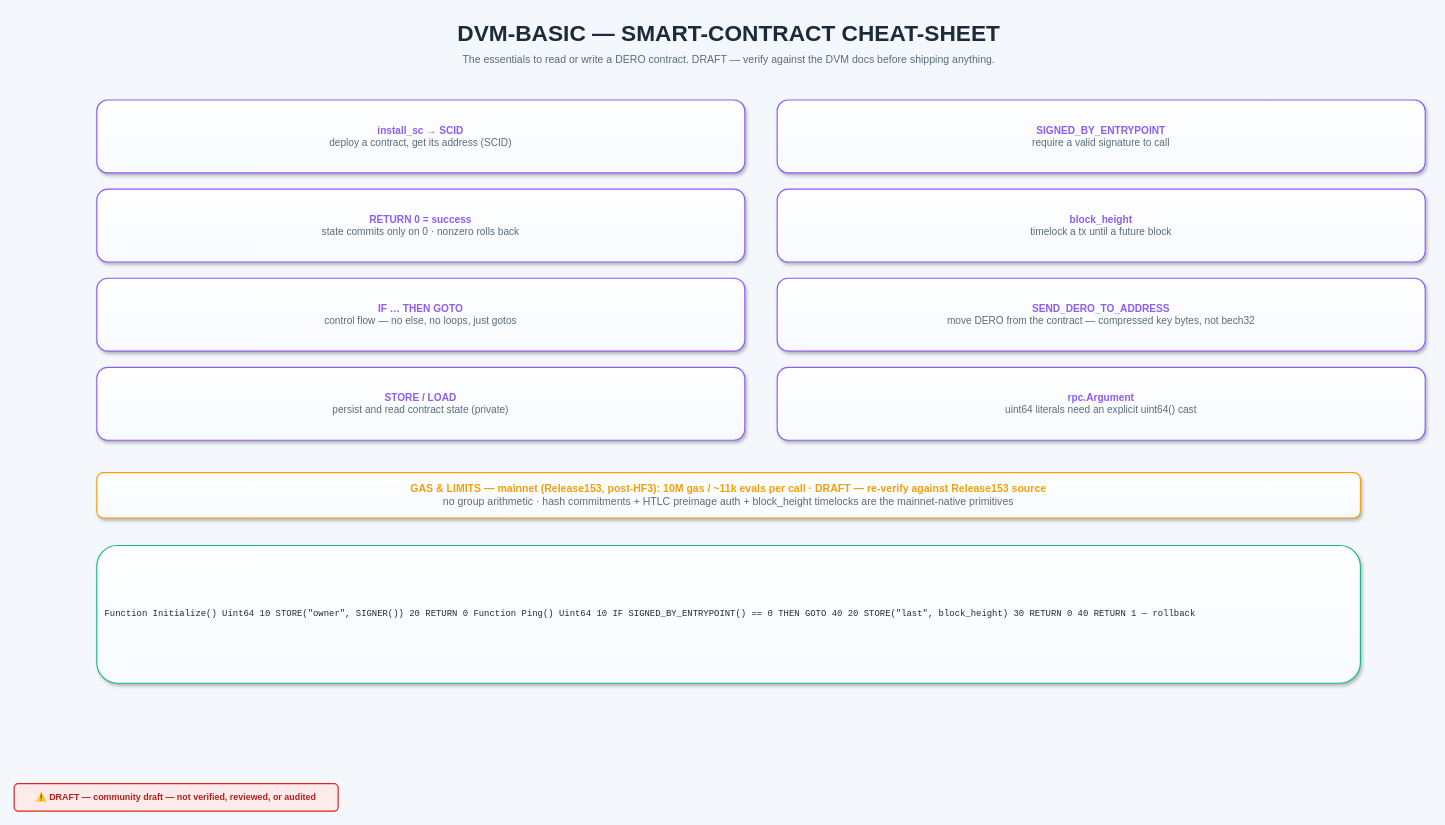
The draw.io diagram page "DVM-BASIC Cheat-Sheet" (3 of 4) of DERO.DEVOPS.drawio in liqdmetal/DERO.STARGATE.DIAGRAMS, before the edit. Source tidied: cells renumbered, new cells numbered last; positions are measured from the earlier drawing's top-left corner, leaving out a move shared by most shapes. Both pictures are drawn from the tidied source at 81%, with x=0, y=0 at pixel (14, 14).
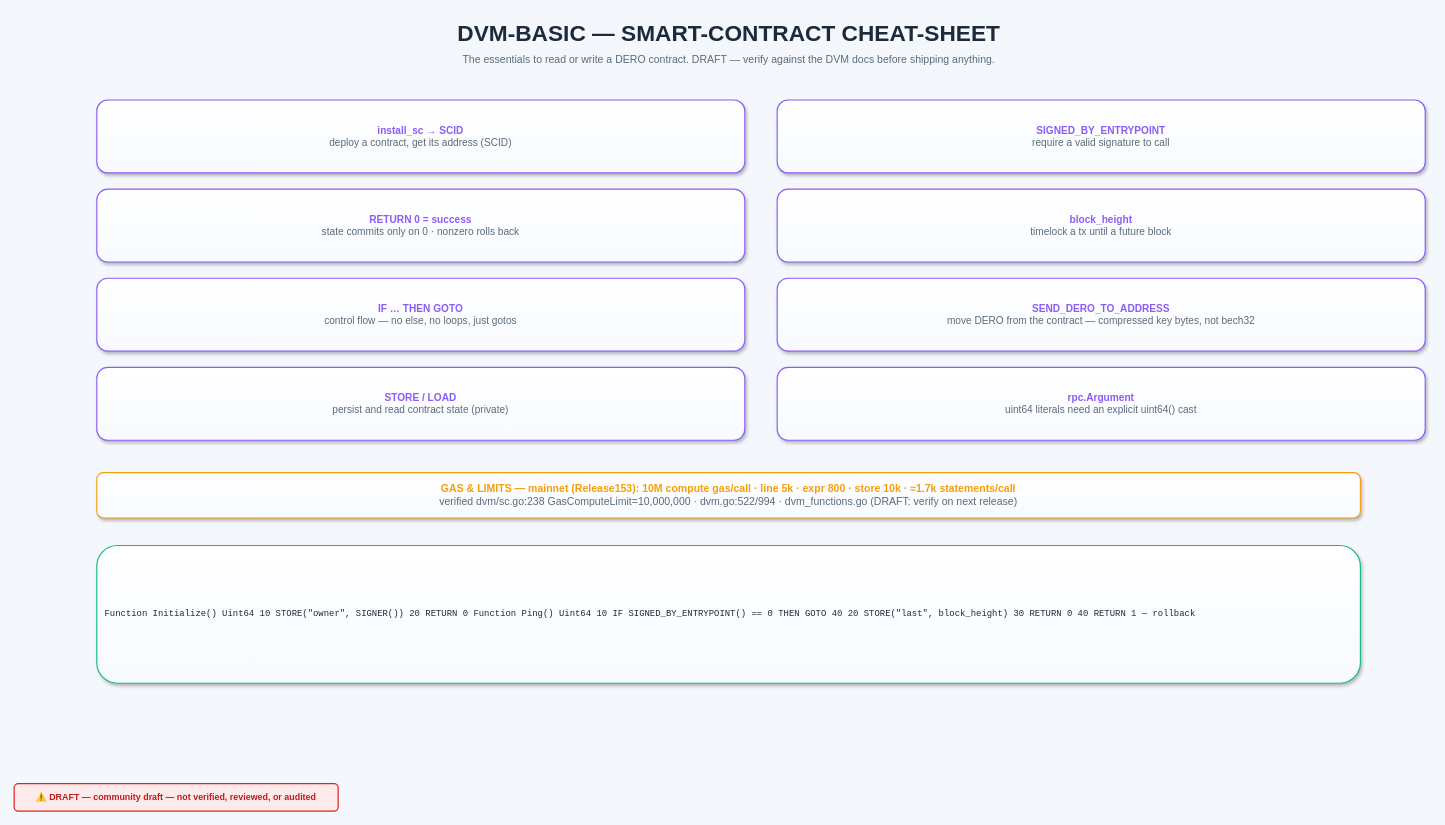
Above is the later version.

Commit message (it also covers changes not shown here):
docs: re-ground DVM gas line in Release153 source

Diff of the diagram source:
```diff
@@
 <mxGraphModel background="#F4F7FC">
   <root>
     <mxCell id="0" />
     <mxCell id="1" parent="0" />
     <mxCell id="2" value="⚠️ DRAFT — community draft — not verified, reviewed, or audited" style="rounded=1;whiteSpace=wrap;html=1;fillColor=#FDEBEC;strokeColor=#DC2626;strokeWidth=1.5;fontSize=11;fontStyle=1;fontColor=#B91C1C;align=center;verticalAlign=middle;" parent="1" vertex="1">
       <mxGeometry y="950" width="400" height="34" as="geometry" />
     </mxCell>
     <mxCell id="3" value="DVM-BASIC — SMART-CONTRACT CHEAT-SHEET" style="text;html=1;align=center;fontSize=28;fontStyle=1;fontColor=#1C2A3A;" parent="1" vertex="1">
       <mxGeometry x="22" width="1720" height="42" as="geometry" />
     </mxCell>
     <mxCell id="4" value="The essentials to read or write a DERO contract.  DRAFT — verify against the DVM docs before shipping anything." style="text;html=1;align=center;fontSize=13;fontColor=#5A6B7A;" parent="1" vertex="1">
       <mxGeometry x="22" y="42" width="1720" height="22" as="geometry" />
     </mxCell>
     <mxCell id="5" value="&lt;font color=&quot;#8B5CF6&quot;&gt;&lt;b&gt;install_sc → SCID&lt;/b&gt;&lt;/font&gt;&lt;br&gt;&lt;font color=&quot;#5A6B7A&quot;&gt;deploy a contract, get its address (SCID)&lt;/font&gt;" style="rounded=1;whiteSpace=wrap;html=1;fillColor=#FFFFFF;gradientColor=#F7FAFF;gradientDirection=south;strokeColor=#8B5CF6;strokeWidth=1.4;fontSize=12.5;fontColor=#1C2A3A;align=center;verticalAlign=middle;spacing=8;shadow=1;" parent="1" vertex="1">
       <mxGeometry x="102" y="106" width="800" height="90" as="geometry" />
     </mxCell>
     <mxCell id="6" value="&lt;font color=&quot;#8B5CF6&quot;&gt;&lt;b&gt;RETURN 0 = success&lt;/b&gt;&lt;/font&gt;&lt;br&gt;&lt;font color=&quot;#5A6B7A&quot;&gt;state commits only on 0 · nonzero rolls back&lt;/font&gt;" style="rounded=1;whiteSpace=wrap;html=1;fillColor=#FFFFFF;gradientColor=#F7FAFF;gradientDirection=south;strokeColor=#8B5CF6;strokeWidth=1.4;fontSize=12.5;fontColor=#1C2A3A;align=center;verticalAlign=middle;spacing=8;shadow=1;" parent="1" vertex="1">
       <mxGeometry x="102" y="216" width="800" height="90" as="geometry" />
     </mxCell>
     <mxCell id="7" value="&lt;font color=&quot;#8B5CF6&quot;&gt;&lt;b&gt;IF … THEN GOTO&lt;/b&gt;&lt;/font&gt;&lt;br&gt;&lt;font color=&quot;#5A6B7A&quot;&gt;control flow — no else, no loops, just gotos&lt;/font&gt;" style="rounded=1;whiteSpace=wrap;html=1;fillColor=#FFFFFF;gradientColor=#F7FAFF;gradientDirection=south;strokeColor=#8B5CF6;strokeWidth=1.4;fontSize=12.5;fontColor=#1C2A3A;align=center;verticalAlign=middle;spacing=8;shadow=1;" parent="1" vertex="1">
       <mxGeometry x="102" y="326" width="800" height="90" as="geometry" />
     </mxCell>
     <mxCell id="8" value="&lt;font color=&quot;#8B5CF6&quot;&gt;&lt;b&gt;STORE / LOAD&lt;/b&gt;&lt;/font&gt;&lt;br&gt;&lt;font color=&quot;#5A6B7A&quot;&gt;persist and read contract state (private)&lt;/font&gt;" style="rounded=1;whiteSpace=wrap;html=1;fillColor=#FFFFFF;gradientColor=#F7FAFF;gradientDirection=south;strokeColor=#8B5CF6;strokeWidth=1.4;fontSize=12.5;fontColor=#1C2A3A;align=center;verticalAlign=middle;spacing=8;shadow=1;" parent="1" vertex="1">
       <mxGeometry x="102" y="436" width="800" height="90" as="geometry" />
     </mxCell>
     <mxCell id="9" value="&lt;font color=&quot;#8B5CF6&quot;&gt;&lt;b&gt;SIGNED_BY_ENTRYPOINT&lt;/b&gt;&lt;/font&gt;&lt;br&gt;&lt;font color=&quot;#5A6B7A&quot;&gt;require a valid signature to call&lt;/font&gt;" style="rounded=1;whiteSpace=wrap;html=1;fillColor=#FFFFFF;gradientColor=#F7FAFF;gradientDirection=south;strokeColor=#8B5CF6;strokeWidth=1.4;fontSize=12.5;fontColor=#1C2A3A;align=center;verticalAlign=middle;spacing=8;shadow=1;" parent="1" vertex="1">
       <mxGeometry x="942" y="106" width="800" height="90" as="geometry" />
     </mxCell>
     <mxCell id="10" value="&lt;font color=&quot;#8B5CF6&quot;&gt;&lt;b&gt;block_height&lt;/b&gt;&lt;/font&gt;&lt;br&gt;&lt;font color=&quot;#5A6B7A&quot;&gt;timelock a tx until a future block&lt;/font&gt;" style="rounded=1;whiteSpace=wrap;html=1;fillColor=#FFFFFF;gradientColor=#F7FAFF;gradientDirection=south;strokeColor=#8B5CF6;strokeWidth=1.4;fontSize=12.5;fontColor=#1C2A3A;align=center;verticalAlign=middle;spacing=8;shadow=1;" parent="1" vertex="1">
       <mxGeometry x="942" y="216" width="800" height="90" as="geometry" />
     </mxCell>
     <mxCell id="11" value="&lt;font color=&quot;#8B5CF6&quot;&gt;&lt;b&gt;SEND_DERO_TO_ADDRESS&lt;/b&gt;&lt;/font&gt;&lt;br&gt;&lt;font color=&quot;#5A6B7A&quot;&gt;move DERO from the contract — compressed key bytes, not bech32&lt;/font&gt;" style="rounded=1;whiteSpace=wrap;html=1;fillColor=#FFFFFF;gradientColor=#F7FAFF;gradientDirection=south;strokeColor=#8B5CF6;strokeWidth=1.4;fontSize=12.5;fontColor=#1C2A3A;align=center;verticalAlign=middle;spacing=8;shadow=1;" parent="1" vertex="1">
       <mxGeometry x="942" y="326" width="800" height="90" as="geometry" />
     </mxCell>
     <mxCell id="12" value="&lt;font color=&quot;#8B5CF6&quot;&gt;&lt;b&gt;rpc.Argument&lt;/b&gt;&lt;/font&gt;&lt;br&gt;&lt;font color=&quot;#5A6B7A&quot;&gt;uint64 literals need an explicit uint64() cast&lt;/font&gt;" style="rounded=1;whiteSpace=wrap;html=1;fillColor=#FFFFFF;gradientColor=#F7FAFF;gradientDirection=south;strokeColor=#8B5CF6;strokeWidth=1.4;fontSize=12.5;fontColor=#1C2A3A;align=center;verticalAlign=middle;spacing=8;shadow=1;" parent="1" vertex="1">
       <mxGeometry x="942" y="436" width="800" height="90" as="geometry" />
     </mxCell>
-    <mxCell id="13" value="&lt;font color=&quot;#F59E0B&quot;&gt;&lt;b&gt;GAS &amp; LIMITS — mainnet (Release153, post-HF3): 10M gas / ~11k evals per call · DRAFT — re-verify against Release153 source&lt;/b&gt;&lt;/font&gt;&lt;br&gt;&lt;font color=&quot;#5A6B7A&quot;&gt;no group arithmetic · hash commitments + HTLC preimage auth + block_height timelocks are the mainnet-native primitives&lt;/font&gt;" style="rounded=1;whiteSpace=wrap;html=1;fillColor=#FFFFFF;gradientColor=#F7FAFF;gradientDirection=south;strokeColor=#F59E0B;strokeWidth=1.4;fontSize=13;fontColor=#1C2A3A;align=center;verticalAlign=middle;spacing=8;shadow=1;" parent="1" vertex="1">
+    <mxCell id="13" value="&lt;font color=&quot;#F59E0B&quot;&gt;&lt;b&gt;GAS &amp; LIMITS — mainnet (Release153): 10M compute gas/call · line 5k · expr 800 · store 10k · ≈1.7k statements/call&lt;/b&gt;&lt;/font&gt;&lt;br&gt;&lt;font color=&quot;#5A6B7A&quot;&gt;verified dvm/sc.go:238 GasComputeLimit=10,000,000 · dvm.go:522/994 · dvm_functions.go (DRAFT: verify on next release)&lt;/font&gt;" style="rounded=1;whiteSpace=wrap;html=1;fillColor=#FFFFFF;gradientColor=#F7FAFF;gradientDirection=south;strokeColor=#F59E0B;strokeWidth=1.4;fontSize=13;fontColor=#1C2A3A;align=center;verticalAlign=middle;spacing=8;shadow=1;" parent="1" vertex="1">
       <mxGeometry x="102" y="566" width="1560" height="56" as="geometry" />
     </mxCell>
     <mxCell id="14" value="Function Initialize() Uint64   10 STORE(&quot;owner&quot;, SIGNER())   20 RETURN 0 Function Ping() Uint64   10 IF SIGNED_BY_ENTRYPOINT() == 0 THEN GOTO 40   20 STORE(&quot;last&quot;, block_height)   30 RETURN 0   40 RETURN 1  — rollback" style="rounded=1;whiteSpace=wrap;html=1;fillColor=#FFFFFF;gradientColor=#F7FAFF;gradientDirection=south;strokeColor=#10B981;strokeWidth=1.4;fontSize=11;fontColor=#1C2A3A;align=left;verticalAlign=middle;spacing=10;fontFamily=Consolas;shadow=1;" parent="1" vertex="1">
       <mxGeometry x="102" y="656" width="1560" height="170" as="geometry" />
     </mxCell>
   </root>
 </mxGraphModel>
```
